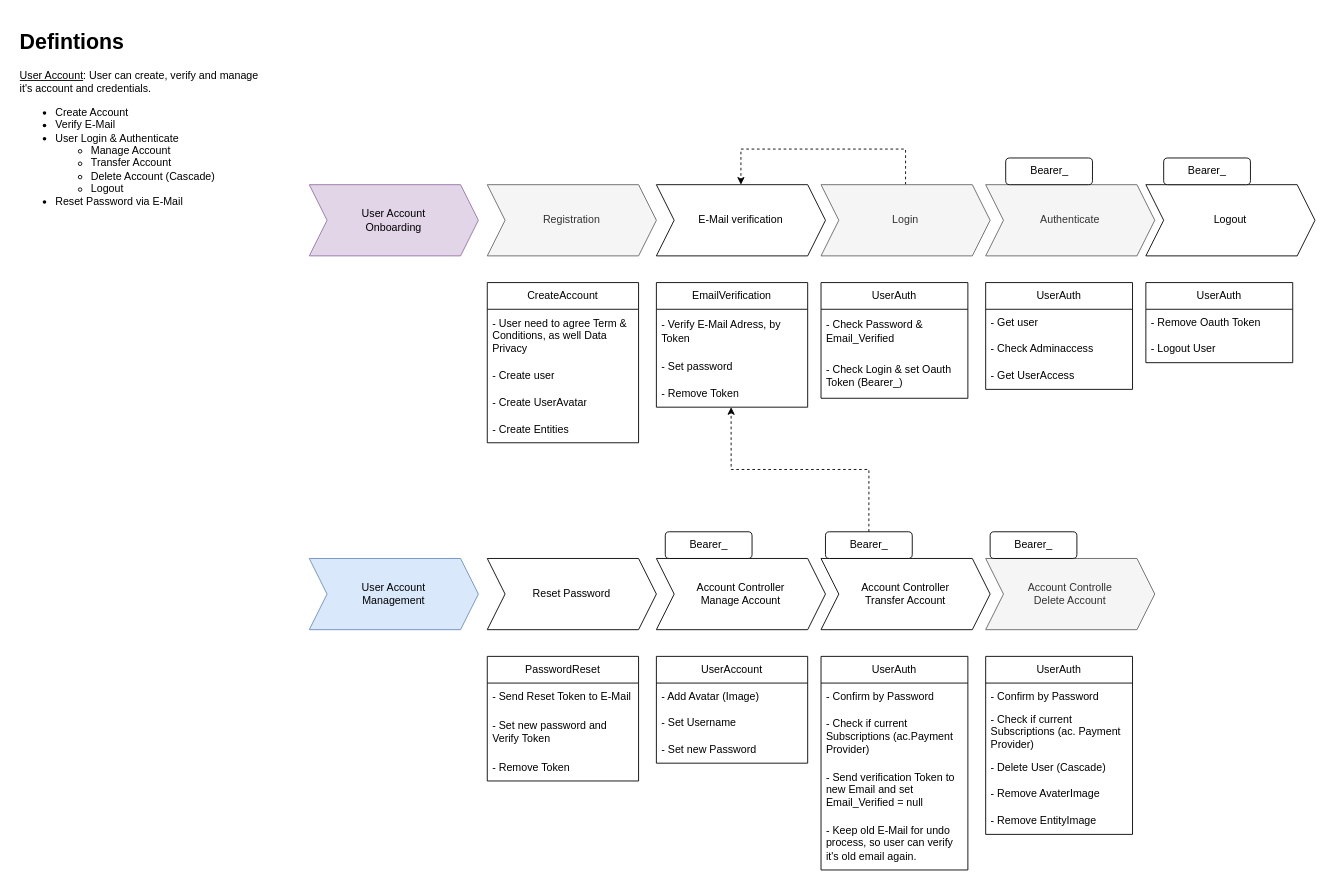
Above: page "Process Overview" (2 of 6) of docs/Features/01 - Useraccount.drawio in CarlsonBuma/laravel-quasar-template (draw.io), before the change. Source tidied: cells renumbered, new cells numbered last; positions are measured from the earlier drawing's top-left corner, leaving out a move shared by most shapes. Both pictures are drawn from the tidied source at 89%, with x=0, y=0 at pixel (15, 24).
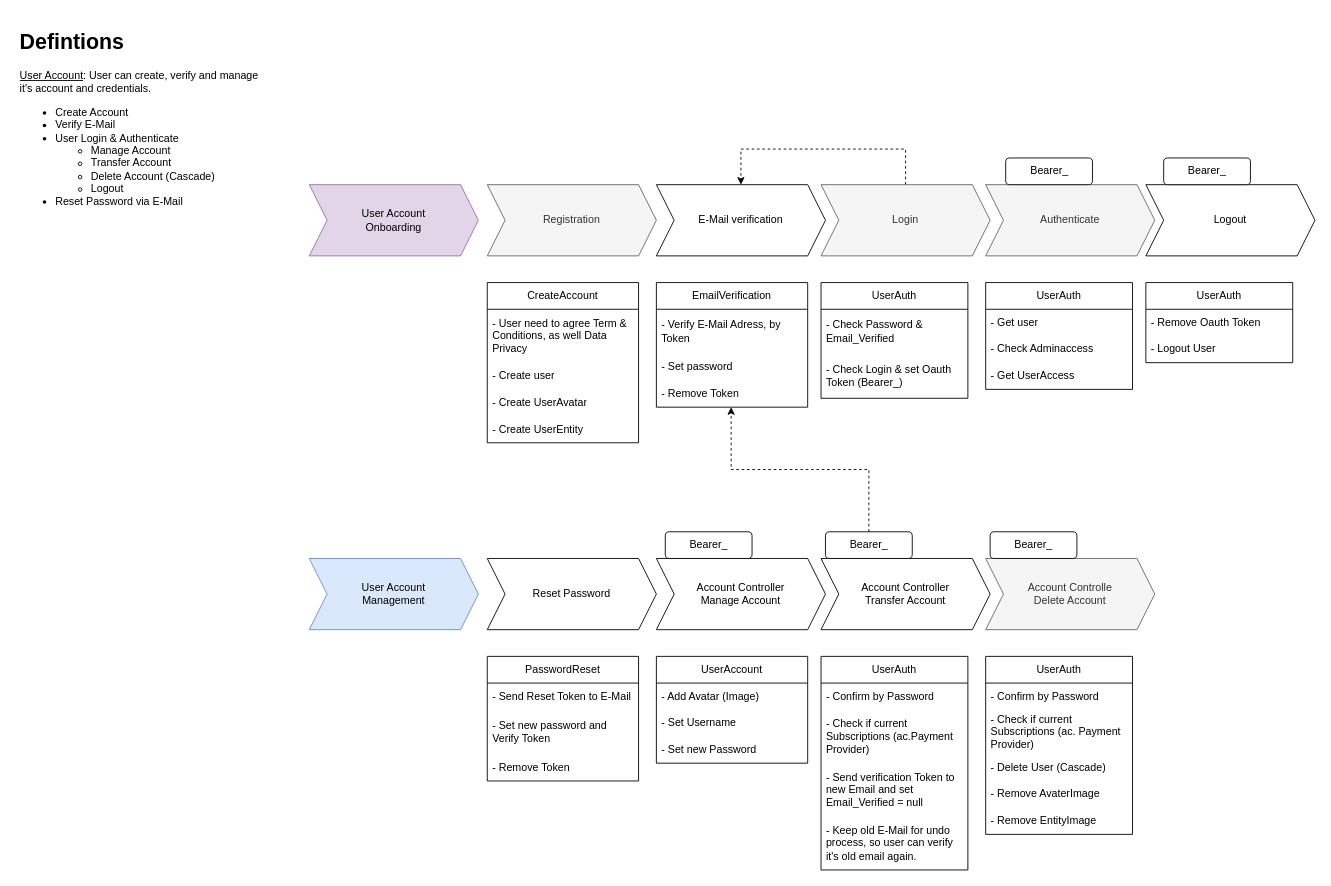
Above is the later version.

The change refers to these unchanged cells:
```xml
<mxCell id="3" value="CreateAccount" style="swimlane;fontStyle=0;horizontal=1;startSize=30;whiteSpace=wrap;html=1;" parent="1" vertex="1">
  <mxGeometry x="530" y="290" width="170" height="180" as="geometry" />
</mxCell>
```

Diff of the diagram source:
```diff
@@
-    <mxCell id="7" value="- Create Entities" style="text;strokeColor=none;fillColor=none;align=left;verticalAlign=middle;spacingLeft=4;spacingRight=4;overflow=hidden;whiteSpace=wrap;html=1;" parent="3" vertex="1">
+    <mxCell id="7" value="- Create UserEntity" style="text;strokeColor=none;fillColor=none;align=left;verticalAlign=middle;spacingLeft=4;spacingRight=4;overflow=hidden;whiteSpace=wrap;html=1;" parent="3" vertex="1">
       <mxGeometry y="150" width="170" height="30" as="geometry" />
     </mxCell>
```
